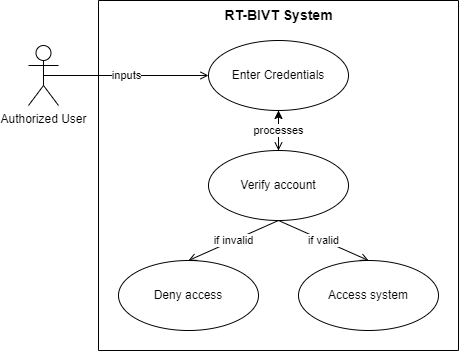
Abubakar-doc/FYP-24-SE-A-204 keeps this draw.io diagram as Project Real-Time Bus ID Verification and Tracking/DOCUMENTATION/UseCaseDiagrams/SignIn.drawio.png. Above is the earlier version. Source tidied: cells renumbered, new cells last; positions are measured from the earlier drawing's top-left corner, leaving out a move shared by most shapes.
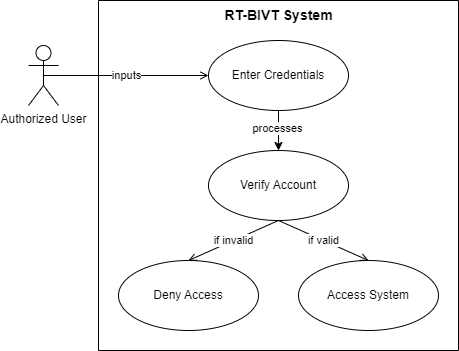
The same diagram one commit later.

The edit, as a diff of the source:
```diff
@@ -5,24 +5,24 @@
     <mxCell id="2" style="swimlane;startSize=0;" parent="1" vertex="1">
       <mxGeometry x="70" width="360" height="350" as="geometry" />
     </mxCell>
-    <mxCell id="3" value="Deny access" style="ellipse;whiteSpace=wrap;html=1;fillColor=none;" parent="2" vertex="1">
+    <mxCell id="3" value="Deny Access" style="ellipse;whiteSpace=wrap;html=1;fillColor=none;" parent="2" vertex="1">
       <mxGeometry x="20" y="260" width="140" height="70" as="geometry" />
     </mxCell>
+    <mxCell id="14" style="edgeStyle=orthogonalEdgeStyle;rounded=0;jettySize=auto;html=1;exitX=0.5;exitY=1;exitDx=0;exitDy=0;" parent="2" edge="1" source="4" target="6">
+      <mxGeometry relative="1" as="geometry" />
+    </mxCell>
+    <mxCell id="8" value="processes" style="edgeLabel;html=1;align=center;verticalAlign=middle;" parent="14" vertex="1">
+      <mxGeometry x="-0.15" y="-2" relative="1" as="geometry" />
+    </mxCell>
     <mxCell id="4" value="Enter Credentials" style="ellipse;whiteSpace=wrap;html=1;fillColor=none;" parent="2" vertex="1">
       <mxGeometry x="110" y="40" width="140" height="70" as="geometry" />
     </mxCell>
-    <mxCell id="5" style="edgeStyle=orthogonalEdgeStyle;rounded=0;jettySize=auto;html=1;" parent="2" edge="1" source="6" target="4">
-      <mxGeometry relative="1" as="geometry" />
-    </mxCell>
-    <mxCell id="6" value="Verify account" style="ellipse;whiteSpace=wrap;html=1;fillColor=none;" parent="2" vertex="1">
+    <mxCell id="6" value="Verify A&lt;span style=&quot;background-color: initial;&quot;&gt;ccount&lt;/span&gt;" style="ellipse;whiteSpace=wrap;html=1;fillColor=none;" parent="2" vertex="1">
       <mxGeometry x="110" y="150" width="140" height="70" as="geometry" />
     </mxCell>
-    <mxCell id="7" value="Access system" style="ellipse;whiteSpace=wrap;html=1;fillColor=none;" parent="2" vertex="1">
+    <mxCell id="7" value="Access System" style="ellipse;whiteSpace=wrap;html=1;fillColor=none;" parent="2" vertex="1">
       <mxGeometry x="200" y="260" width="140" height="70" as="geometry" />
     </mxCell>
-    <mxCell id="8" value="processes" style="endArrow=open;html=1;rounded=0;exitX=0.5;exitY=1;exitDx=0;exitDy=0;entryX=0.5;entryY=0;entryDx=0;entryDy=0;" parent="2" edge="1" source="4" target="6">
-      <mxGeometry relative="1" as="geometry" />
-    </mxCell>
     <mxCell id="9" value="RT-BIVT System" style="text;html=1;align=center;verticalAlign=middle;strokeColor=none;fillColor=none;fontSize=14;fontStyle=1;" parent="2" vertex="1">
       <mxGeometry x="115" width="130" height="30" as="geometry" />
     </mxCell>
```
